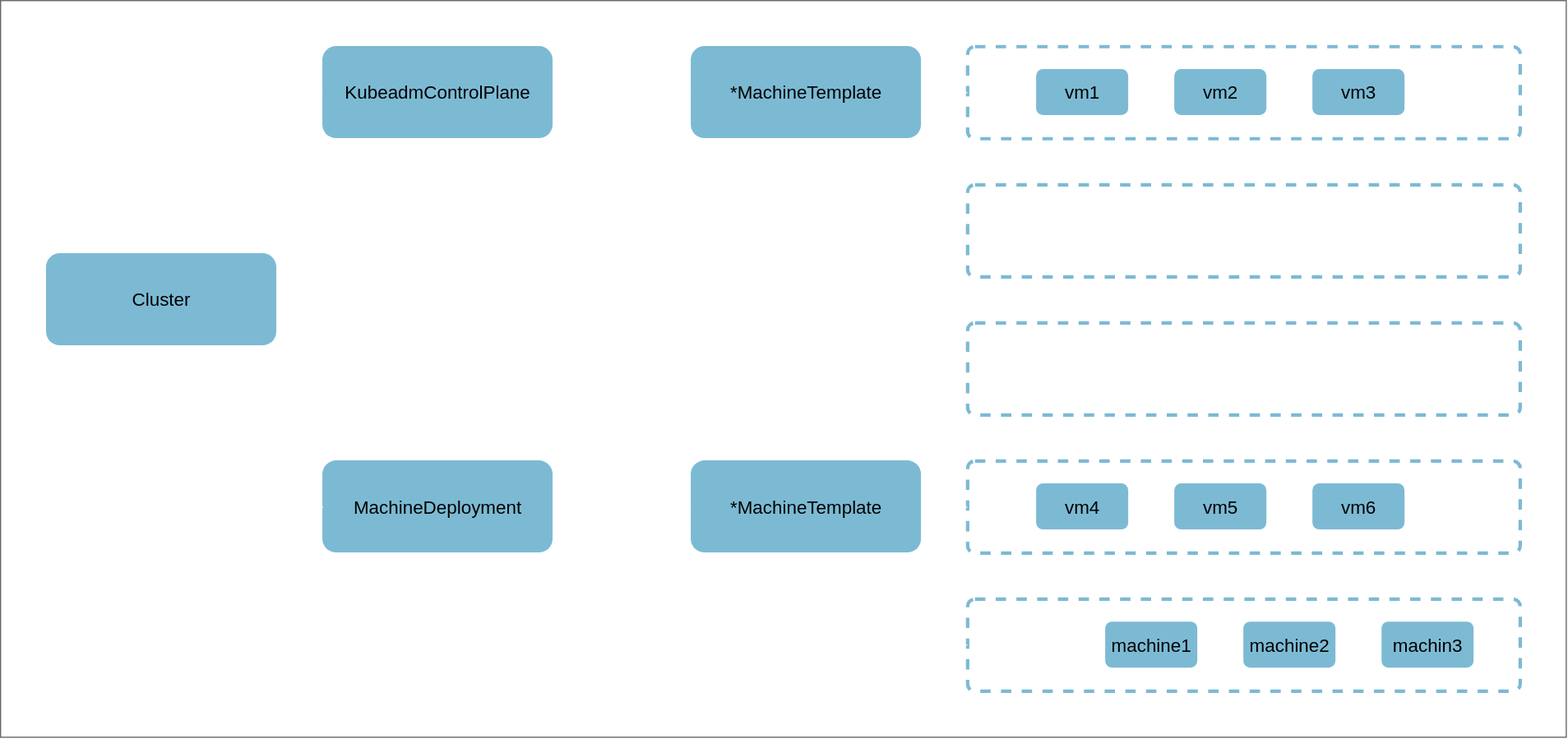
Before: 120_kubernetes/cluster-api/overview3.drawio.svg, a diagram exported from draw.io (nicholasdille/container-slides). Source tidied: cells renumbered, new cells last; positions are measured from the earlier drawing's top-left corner, leaving out a move shared by most shapes. The source it was exported from:
```xml
<mxGraphModel>
  <root>
    <mxCell id="0" />
    <mxCell id="1" parent="0" />
    <mxCell id="2" style="rounded=0;whiteSpace=wrap;html=1;fillColor=none;strokeColor=#666666;" parent="1" vertex="1">
      <mxGeometry width="1360" height="640" as="geometry" />
    </mxCell>
    <mxCell id="3" value="Control Plane" style="rounded=1;whiteSpace=wrap;html=1;roundedPerimeter=1;fillColor=none;strokeColor=#7CBAD4;dashed=1;align=left;strokeWidth=3;fontSize=16;arcSize=8;fontColor=light-dark(#FFFFFF,#FFFFFF);" parent="1" vertex="1">
      <mxGeometry x="840" y="160" width="480" height="80" as="geometry" />
    </mxCell>
    <mxCell id="4" value="Worker" style="rounded=1;whiteSpace=wrap;html=1;roundedPerimeter=1;fillColor=none;strokeColor=#7CBAD4;dashed=1;align=left;strokeWidth=3;fontSize=16;arcSize=8;fontColor=light-dark(#FFFFFF,#FFFFFF);" parent="1" vertex="1">
      <mxGeometry x="840" y="280" width="480" height="80" as="geometry" />
    </mxCell>
    <mxCell id="5" style="rounded=1;whiteSpace=wrap;html=1;roundedPerimeter=1;fillColor=none;strokeColor=#7CBAD4;dashed=1;align=left;strokeWidth=3;fontSize=16;arcSize=8;fontColor=light-dark(#FFFFFF,#FFFFFF);" parent="1" vertex="1">
      <mxGeometry x="840" y="40" width="480" height="80" as="geometry" />
    </mxCell>
    <mxCell id="6" value="vm1" style="rounded=1;whiteSpace=wrap;html=1;roundedPerimeter=1;fillColor=#7CBAD4;strokeColor=none;dashed=1;align=center;strokeWidth=3;fontSize=16;" parent="1" vertex="1">
      <mxGeometry x="900" y="60" width="80" height="40" as="geometry" />
    </mxCell>
    <mxCell id="7" value="vm2" style="rounded=1;whiteSpace=wrap;html=1;roundedPerimeter=1;fillColor=#7CBAD4;strokeColor=none;dashed=1;align=center;strokeWidth=3;fontSize=16;" parent="1" vertex="1">
      <mxGeometry x="1020" y="60" width="80" height="40" as="geometry" />
    </mxCell>
    <mxCell id="8" value="vm3" style="rounded=1;whiteSpace=wrap;html=1;roundedPerimeter=1;fillColor=#7CBAD4;strokeColor=none;dashed=1;align=center;strokeWidth=3;fontSize=16;" parent="1" vertex="1">
      <mxGeometry x="1140" y="60" width="80" height="40" as="geometry" />
    </mxCell>
    <mxCell id="9" style="rounded=1;whiteSpace=wrap;html=1;roundedPerimeter=1;fillColor=none;strokeColor=#7CBAD4;dashed=1;align=left;strokeWidth=3;fontSize=16;arcSize=8;fontColor=light-dark(#FFFFFF,#FFFFFF);" parent="1" vertex="1">
      <mxGeometry x="840" y="400" width="480" height="80" as="geometry" />
    </mxCell>
    <mxCell id="10" value="vm4" style="rounded=1;whiteSpace=wrap;html=1;roundedPerimeter=1;fillColor=#7CBAD4;strokeColor=none;dashed=1;align=center;strokeWidth=3;fontSize=16;" parent="1" vertex="1">
      <mxGeometry x="900" y="420" width="80" height="40" as="geometry" />
    </mxCell>
    <mxCell id="11" value="vm5" style="rounded=1;whiteSpace=wrap;html=1;roundedPerimeter=1;fillColor=#7CBAD4;strokeColor=none;dashed=1;align=center;strokeWidth=3;fontSize=16;" parent="1" vertex="1">
      <mxGeometry x="1020" y="420" width="80" height="40" as="geometry" />
    </mxCell>
    <mxCell id="12" value="vm6" style="rounded=1;whiteSpace=wrap;html=1;roundedPerimeter=1;fillColor=#7CBAD4;strokeColor=none;dashed=1;align=center;strokeWidth=3;fontSize=16;" parent="1" vertex="1">
      <mxGeometry x="1140" y="420" width="80" height="40" as="geometry" />
    </mxCell>
    <mxCell id="13" value="MachineSet" style="rounded=1;whiteSpace=wrap;html=1;roundedPerimeter=1;fillColor=none;strokeColor=#7CBAD4;dashed=1;align=left;strokeWidth=3;fontSize=16;arcSize=8;fontColor=light-dark(#FFFFFF,#FFFFFF);" parent="1" vertex="1">
      <mxGeometry x="840" y="520" width="480" height="80" as="geometry" />
    </mxCell>
    <mxCell id="14" value="machine1" style="rounded=1;whiteSpace=wrap;html=1;roundedPerimeter=1;fillColor=#7CBAD4;strokeColor=none;dashed=1;align=center;strokeWidth=3;fontSize=16;" parent="1" vertex="1">
      <mxGeometry x="960" y="540" width="80" height="40" as="geometry" />
    </mxCell>
    <mxCell id="15" value="machine2" style="rounded=1;whiteSpace=wrap;html=1;roundedPerimeter=1;fillColor=#7CBAD4;strokeColor=none;dashed=1;align=center;strokeWidth=3;fontSize=16;" parent="1" vertex="1">
      <mxGeometry x="1080" y="540" width="80" height="40" as="geometry" />
    </mxCell>
    <mxCell id="16" value="machin3" style="rounded=1;whiteSpace=wrap;html=1;roundedPerimeter=1;fillColor=#7CBAD4;strokeColor=none;dashed=1;align=center;strokeWidth=3;fontSize=16;" parent="1" vertex="1">
      <mxGeometry x="1200" y="540" width="80" height="40" as="geometry" />
    </mxCell>
    <mxCell id="17" style="edgeStyle=none;html=1;strokeColor=light-dark(#FFFFFF,#FFFFFF);" parent="1" edge="1" source="18" target="5">
      <mxGeometry relative="1" as="geometry" />
    </mxCell>
    <mxCell id="18" value="*MachineTemplate" style="rounded=1;whiteSpace=wrap;html=1;roundedPerimeter=1;fillColor=#7CBAD4;strokeColor=none;dashed=1;align=center;strokeWidth=3;fontSize=16;" parent="1" vertex="1">
      <mxGeometry x="600" y="40" width="200" height="80" as="geometry" />
    </mxCell>
    <mxCell id="19" style="edgeStyle=none;html=1;strokeColor=light-dark(#FFFFFF,#FFFFFF);" parent="1" edge="1" source="20" target="9">
      <mxGeometry relative="1" as="geometry" />
    </mxCell>
    <mxCell id="20" value="*MachineTemplate" style="rounded=1;whiteSpace=wrap;html=1;roundedPerimeter=1;fillColor=#7CBAD4;strokeColor=none;dashed=1;align=center;strokeWidth=3;fontSize=16;" parent="1" vertex="1">
      <mxGeometry x="600" y="400" width="200" height="80" as="geometry" />
    </mxCell>
    <mxCell id="21" style="edgeStyle=none;html=1;strokeColor=light-dark(#FFFFFF,#FFFFFF);" parent="1" edge="1" source="22" target="18">
      <mxGeometry relative="1" as="geometry" />
    </mxCell>
    <mxCell id="22" value="KubeadmControlPlane" style="rounded=1;whiteSpace=wrap;html=1;roundedPerimeter=1;fillColor=#7CBAD4;strokeColor=none;dashed=1;align=center;strokeWidth=3;fontSize=16;" parent="1" vertex="1">
      <mxGeometry x="280" y="40" width="200" height="80" as="geometry" />
    </mxCell>
    <mxCell id="23" style="edgeStyle=none;html=1;strokeColor=light-dark(#FFFFFF,#FFFFFF);" parent="1" edge="1" source="25" target="20">
      <mxGeometry relative="1" as="geometry" />
    </mxCell>
    <mxCell id="24" style="edgeStyle=orthogonalEdgeStyle;html=1;strokeColor=light-dark(#FFFFFF,#FFFFFF);" parent="1" edge="1" source="25" target="13">
      <mxGeometry x="-0.12" relative="1" as="geometry">
        <Array as="points">
          <mxPoint x="520" y="440" />
          <mxPoint x="520" y="560" />
        </Array>
      </mxGeometry>
    </mxCell>
    <mxCell id="25" value="MachineDeployment" style="rounded=1;whiteSpace=wrap;html=1;roundedPerimeter=1;fillColor=#7CBAD4;strokeColor=none;dashed=1;align=center;strokeWidth=3;fontSize=16;" parent="1" vertex="1">
      <mxGeometry x="280" y="400" width="200" height="80" as="geometry" />
    </mxCell>
    <mxCell id="26" style="edgeStyle=orthogonalEdgeStyle;html=1;strokeColor=light-dark(#FFFFFF,#FFFFFF);" parent="1" edge="1" source="28" target="22">
      <mxGeometry relative="1" as="geometry">
        <Array as="points">
          <mxPoint x="140" y="80" />
        </Array>
      </mxGeometry>
    </mxCell>
    <mxCell id="27" style="edgeStyle=orthogonalEdgeStyle;html=1;strokeColor=light-dark(#FFFFFF,#FFFFFF);" parent="1" edge="1" source="25" target="28">
      <mxGeometry x="0.12" relative="1" as="geometry" />
    </mxCell>
    <mxCell id="28" value="Cluster" style="rounded=1;whiteSpace=wrap;html=1;roundedPerimeter=1;fillColor=#7CBAD4;strokeColor=none;dashed=1;align=center;strokeWidth=3;fontSize=16;" parent="1" vertex="1">
      <mxGeometry x="40" y="220" width="200" height="80" as="geometry" />
    </mxCell>
  </root>
</mxGraphModel>
```
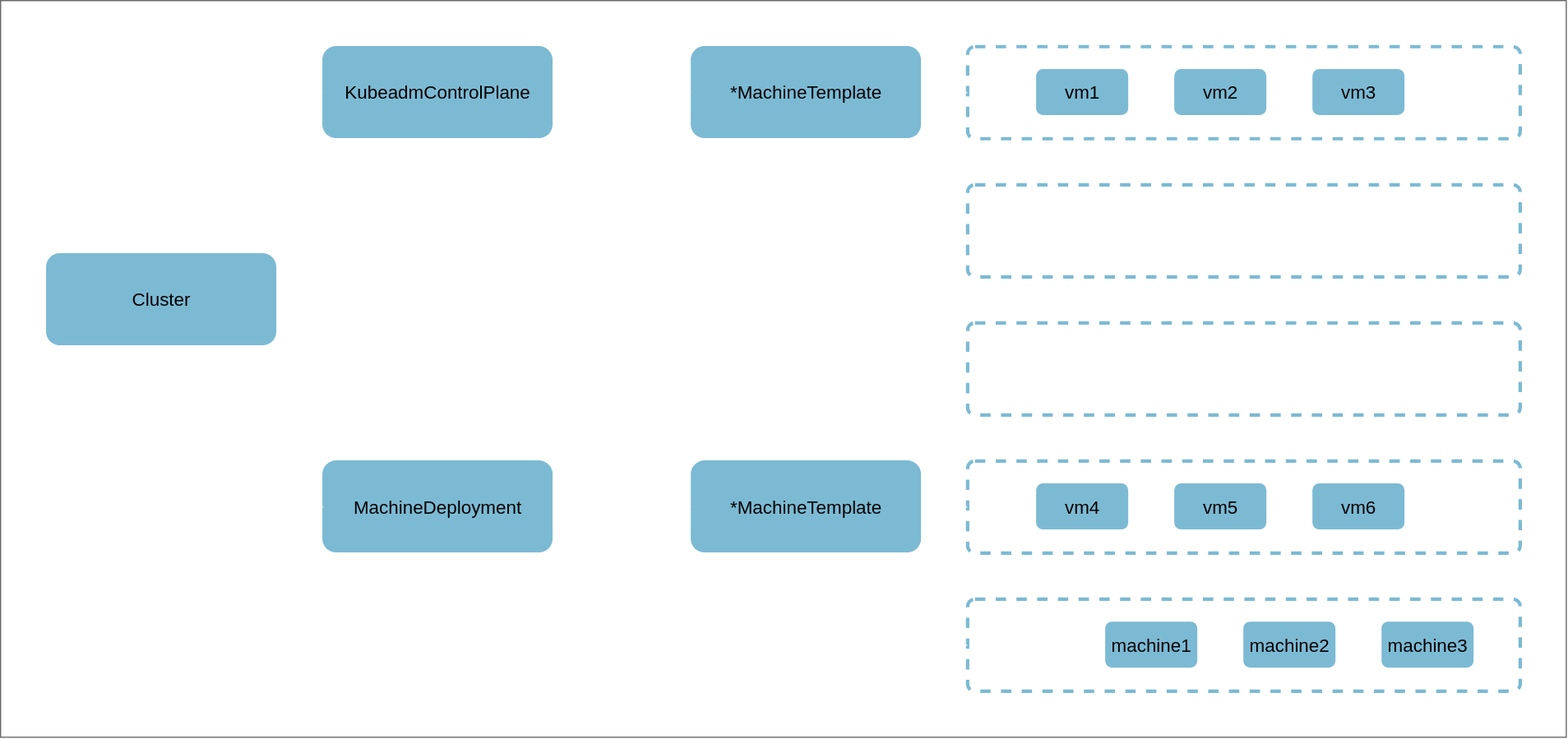
Later version of the same file.

Change to the diagram source:
```diff
@@ -44,7 +44,7 @@
     <mxCell id="15" value="machine2" style="rounded=1;whiteSpace=wrap;html=1;roundedPerimeter=1;fillColor=#7CBAD4;strokeColor=none;dashed=1;align=center;strokeWidth=3;fontSize=16;" parent="1" vertex="1">
       <mxGeometry x="1080" y="540" width="80" height="40" as="geometry" />
     </mxCell>
-    <mxCell id="16" value="machin3" style="rounded=1;whiteSpace=wrap;html=1;roundedPerimeter=1;fillColor=#7CBAD4;strokeColor=none;dashed=1;align=center;strokeWidth=3;fontSize=16;" parent="1" vertex="1">
+    <mxCell id="16" value="machine3" style="rounded=1;whiteSpace=wrap;html=1;roundedPerimeter=1;fillColor=#7CBAD4;strokeColor=none;dashed=1;align=center;strokeWidth=3;fontSize=16;" parent="1" vertex="1">
       <mxGeometry x="1200" y="540" width="80" height="40" as="geometry" />
     </mxCell>
     <mxCell id="17" style="edgeStyle=none;html=1;strokeColor=light-dark(#FFFFFF,#FFFFFF);" parent="1" edge="1" source="18" target="5">
```
